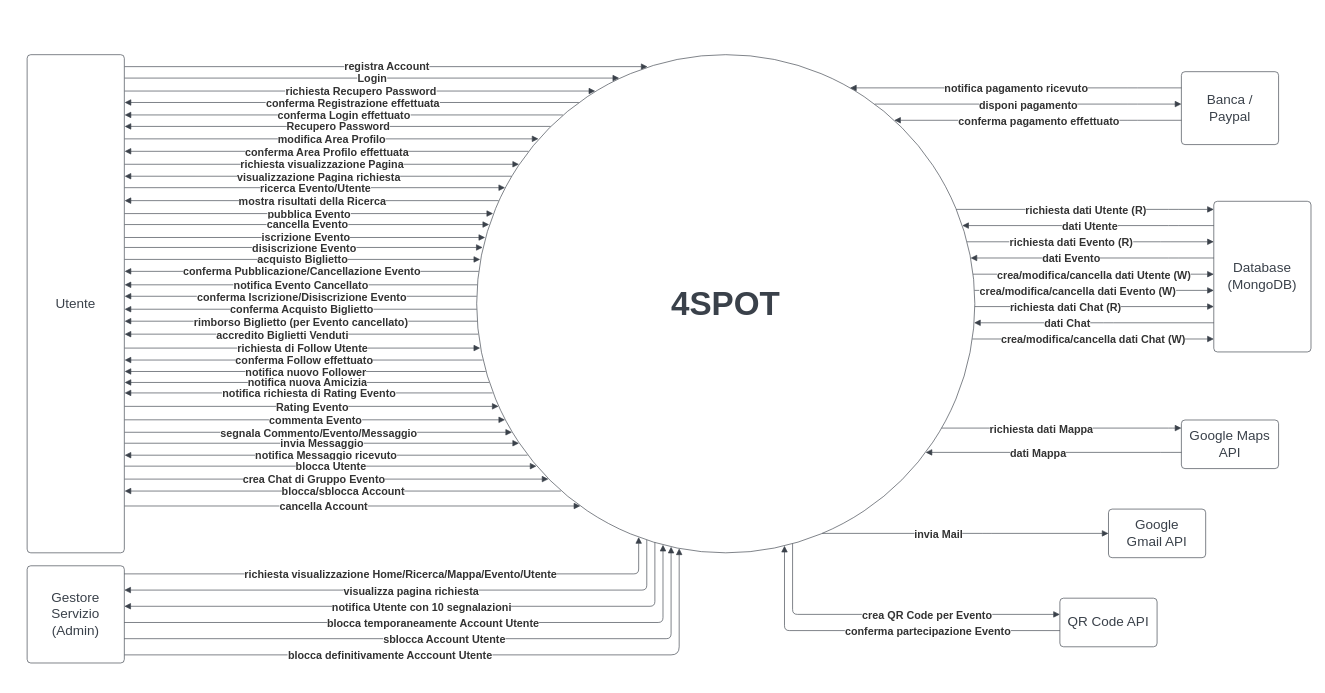
4spot-team/documentation keeps this draw.io diagram as diagrams/context_diagram/Context_Diagram.drawio. Above is the earlier version. Source tidied: cells renumbered, new cells numbered last; positions are measured from the earlier drawing's top-left corner, leaving out a move shared by most shapes. Both pictures are drawn from the tidied source at 81%, with x=0, y=0 at pixel (27, 54).
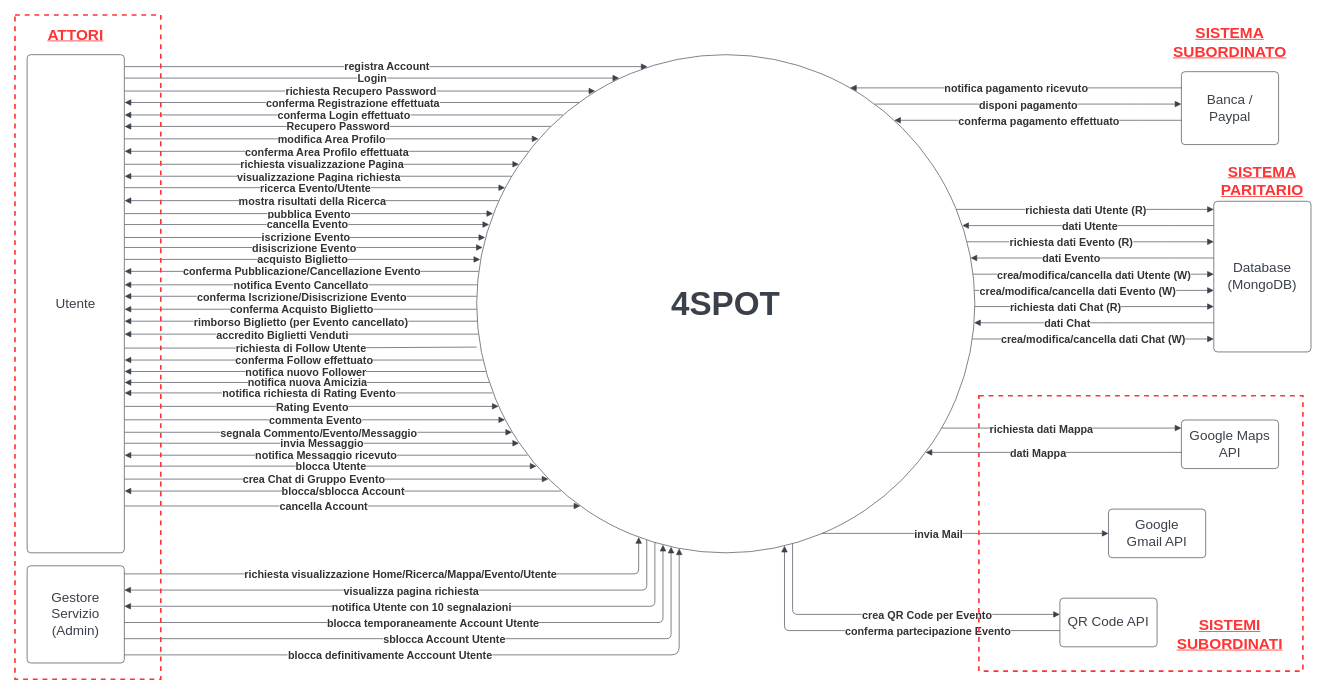
The same diagram, later.

Commit message (it also covers changes not shown here):
Add context roles

The change refers to these unchanged cells:
```xml
<mxCell id="2" value="Utente" style="html=1;overflow=block;blockSpacing=1;whiteSpace=wrap;fontSize=16.7;fontColor=#3a414a;spacing=9;strokeColor=#3a414a;strokeOpacity=100;rounded=1;absoluteArcSize=1;arcSize=9;strokeWidth=0.8;" parent="1" vertex="1">
  <mxGeometry width="120" height="615" as="geometry" />
</mxCell>
<mxCell id="9" value="&lt;font style=&quot;font-size: 41px;&quot;&gt;&lt;b&gt;&lt;font style=&quot;font-size: 41px;&quot;&gt;4SPOT&lt;/font&gt;&lt;/b&gt;&lt;/font&gt;" style="html=1;overflow=block;blockSpacing=1;whiteSpace=wrap;ellipse;fontSize=16.7;fontColor=#3a414a;spacing=3.8;strokeColor=#3a414a;strokeOpacity=100;rounded=1;absoluteArcSize=1;arcSize=9;strokeWidth=0.8;" parent="1" vertex="1">
  <mxGeometry x="555" width="615" height="615" as="geometry" />
</mxCell>
```

The edit, as a diff of the source:
```diff
@@
-    <mxCell id="50" style="html=1;jettySize=18;whiteSpace=wrap;fontSize=13;strokeColor=#3a414a;strokeOpacity=100;strokeWidth=0.8;rounded=1;arcSize=12;edgeStyle=orthogonalEdgeStyle;startArrow=none;endArrow=block;endFill=1;exitX=1.003;exitY=0.589;exitPerimeter=0;entryX=0.007;entryY=0.589;entryPerimeter=0;" parent="1" edge="1" source="2" target="9">
-      <mxGeometry relative="1" as="geometry" />
-    </mxCell>
-    <mxCell id="51" value="richiesta di Follow Utente" style="text;html=1;labelBackgroundColor=default;align=center;verticalAlign=middle;fontStyle=1;fontColor=#333333;fontSize=13.3;" parent="50" vertex="1">
-      <mxGeometry relative="1" as="geometry" />
-    </mxCell>
@@
+    <mxCell id="131" value="ATTORI" style="text;html=1;strokeColor=none;fillColor=none;align=center;verticalAlign=middle;whiteSpace=wrap;rounded=0;fontSize=19;fontStyle=5;fontColor=#FF3333;" parent="1" vertex="1">
+      <mxGeometry x="30" y="-39" width="60" height="30" as="geometry" />
+    </mxCell>
+    <mxCell id="132" style="rounded=0;whiteSpace=wrap;html=1;fontSize=19;fontColor=#FF3333;fillColor=none;dashed=1;strokeWidth=2;strokeColor=#FF3333;" parent="1" vertex="1">
+      <mxGeometry x="1175" y="421" width="400" height="340" as="geometry" />
+    </mxCell>
+    <mxCell id="133" value="SISTEMA PARITARIO" style="text;html=1;strokeColor=none;fillColor=none;align=center;verticalAlign=middle;whiteSpace=wrap;rounded=0;fontSize=19;fontStyle=5;fontColor=#FF3333;" parent="1" vertex="1">
+      <mxGeometry x="1495" y="141" width="60" height="30" as="geometry" />
+    </mxCell>
+    <mxCell id="134" value="SISTEMA SUBORDINATO" style="text;html=1;strokeColor=none;fillColor=none;align=center;verticalAlign=middle;whiteSpace=wrap;rounded=0;fontSize=19;fontStyle=5;fontColor=#FF3333;" parent="1" vertex="1">
+      <mxGeometry x="1455" y="-30" width="60" height="30" as="geometry" />
+    </mxCell>
+    <mxCell id="135" value="SISTEMI SUBORDINATI" style="text;html=1;strokeColor=none;fillColor=none;align=center;verticalAlign=middle;whiteSpace=wrap;rounded=0;fontSize=19;fontStyle=5;fontColor=#FF3333;" parent="1" vertex="1">
+      <mxGeometry x="1455" y="701" width="60" height="30" as="geometry" />
+    </mxCell>
+    <mxCell id="136" style="rounded=0;whiteSpace=wrap;html=1;fontSize=19;fontColor=#FF3333;fillColor=none;dashed=1;strokeWidth=2;strokeColor=#FF3333;" parent="1" vertex="1">
+      <mxGeometry x="-15" y="-49" width="180" height="820" as="geometry" />
+    </mxCell>
+    <mxCell id="137" style="html=1;jettySize=18;whiteSpace=wrap;fontSize=13;strokeColor=#3a414a;strokeOpacity=100;strokeWidth=0.8;rounded=1;arcSize=12;edgeStyle=orthogonalEdgeStyle;startArrow=none;endArrow=none;endFill=1;exitX=1.003;exitY=0.589;exitPerimeter=0;" parent="1" edge="1" source="2">
+      <mxGeometry relative="1" as="geometry">
+        <mxPoint x="555" y="361" as="targetPoint" />
+      </mxGeometry>
+    </mxCell>
+    <mxCell id="51" value="richiesta di Follow Utente" style="text;html=1;labelBackgroundColor=default;align=center;verticalAlign=middle;fontStyle=1;fontColor=#333333;fontSize=13.3;" parent="137" vertex="1">
+      <mxGeometry relative="1" as="geometry" />
+    </mxCell>
```
